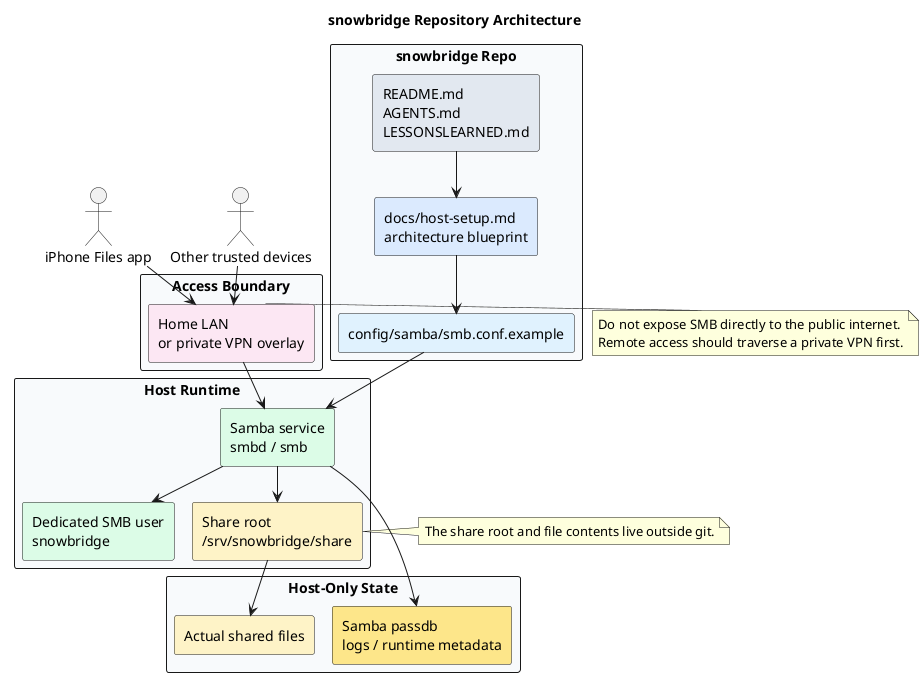
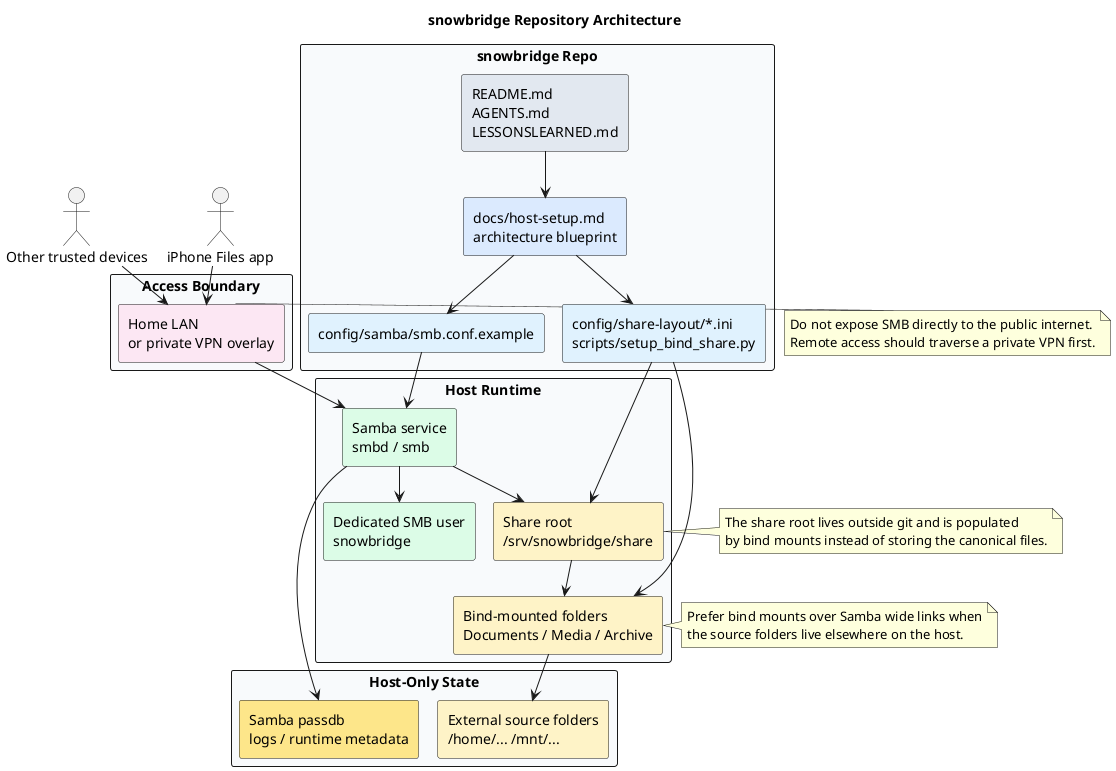
@startuml
!pragma layout smetana
title snowbridge Repository Architecture
skinparam shadowing false
skinparam defaultFontName Monospace
skinparam packageStyle rectangle

actor "iPhone Files app" as iphone
actor "Other trusted devices" as other_clients

package "Access Boundary" #F8FAFC {
  rectangle "Home LAN\nor private VPN overlay" as access_boundary #FCE7F3
}

package "snowbridge Repo" #F8FAFC {
  rectangle "README.md\nAGENTS.md\nLESSONSLEARNED.md" as repo_docs #E2E8F0
  rectangle "docs/host-setup.md\narchitecture blueprint" as ops_docs #DBEAFE
  rectangle "config/samba/smb.conf.example" as smb_template #E0F2FE
+   rectangle "config/share-layout/*.ini\nscripts/setup_bind_share.py" as bind_layout #E0F2FE
}

package "Host Runtime" #F8FAFC {
  rectangle "Samba service\nsmbd / smb" as samba_service #DCFCE7
  rectangle "Dedicated SMB user\nsnowbridge" as smb_user #DCFCE7
  rectangle "Share root\n/srv/snowbridge/share" as share_root #FEF3C7
+   rectangle "Bind-mounted folders\nDocuments / Media / Archive" as bind_mounts #FEF3C7
}

package "Host-Only State" #F8FAFC {
-   rectangle "Actual shared files" as shared_files #FEF3C7
+   rectangle "External source folders\n/home/... /mnt/..." as shared_files #FEF3C7
  rectangle "Samba passdb\nlogs / runtime metadata" as host_state #FDE68A
}

iphone --> access_boundary
other_clients --> access_boundary
access_boundary --> samba_service

repo_docs --> ops_docs
ops_docs --> smb_template
+ ops_docs --> bind_layout
smb_template --> samba_service
+ bind_layout --> share_root
+ bind_layout --> bind_mounts

samba_service --> smb_user
samba_service --> share_root
- share_root --> shared_files
+ share_root --> bind_mounts
+ bind_mounts --> shared_files
samba_service --> host_state

note right of access_boundary
  Do not expose SMB directly to the public internet.
  Remote access should traverse a private VPN first.
end note

note right of share_root
-   The share root and file contents live outside git.
+   The share root lives outside git and is populated
+   by bind mounts instead of storing the canonical files.
+ end note
+ 
+ note right of bind_mounts
+   Prefer bind mounts over Samba wide links when
+   the source folders live elsewhere on the host.
end note
@enduml
